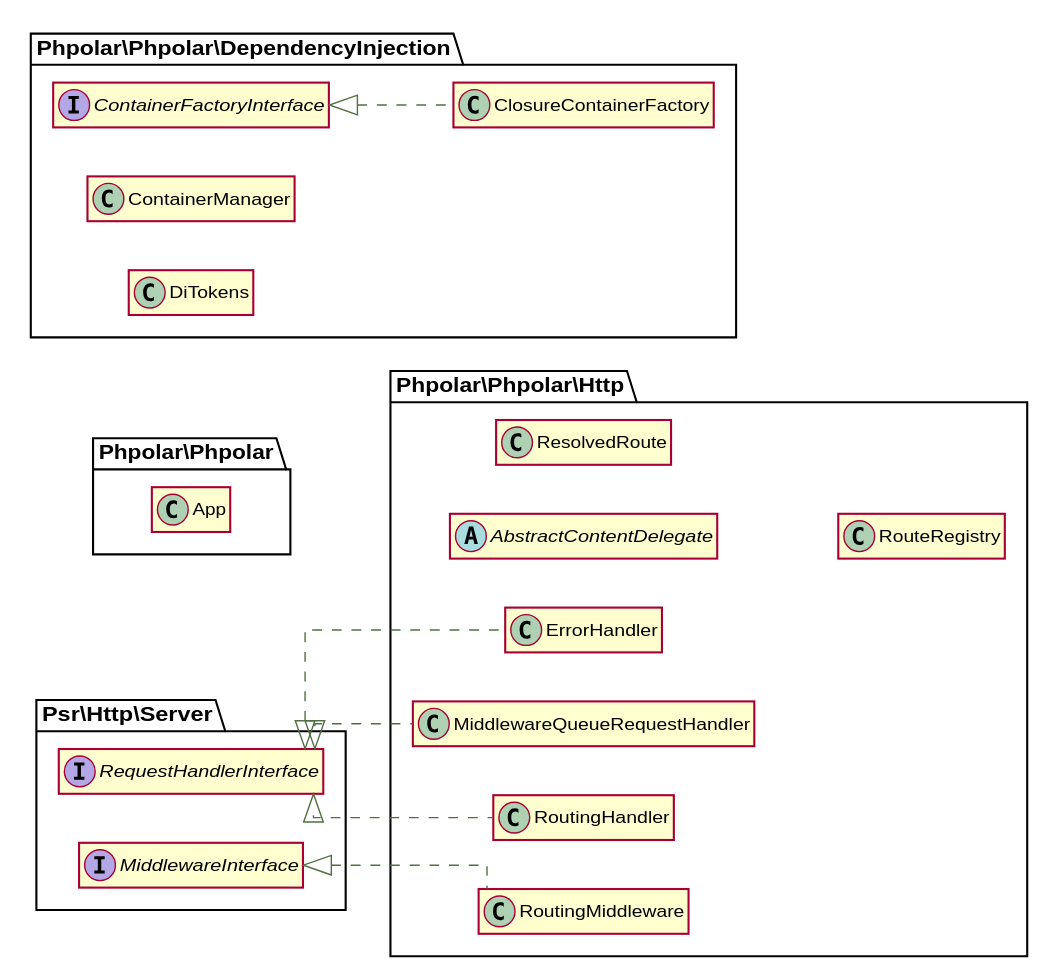
This is docs/graphs/classes.svg from phpolar/phpolar, a PlantUML export, as it was before one commit.
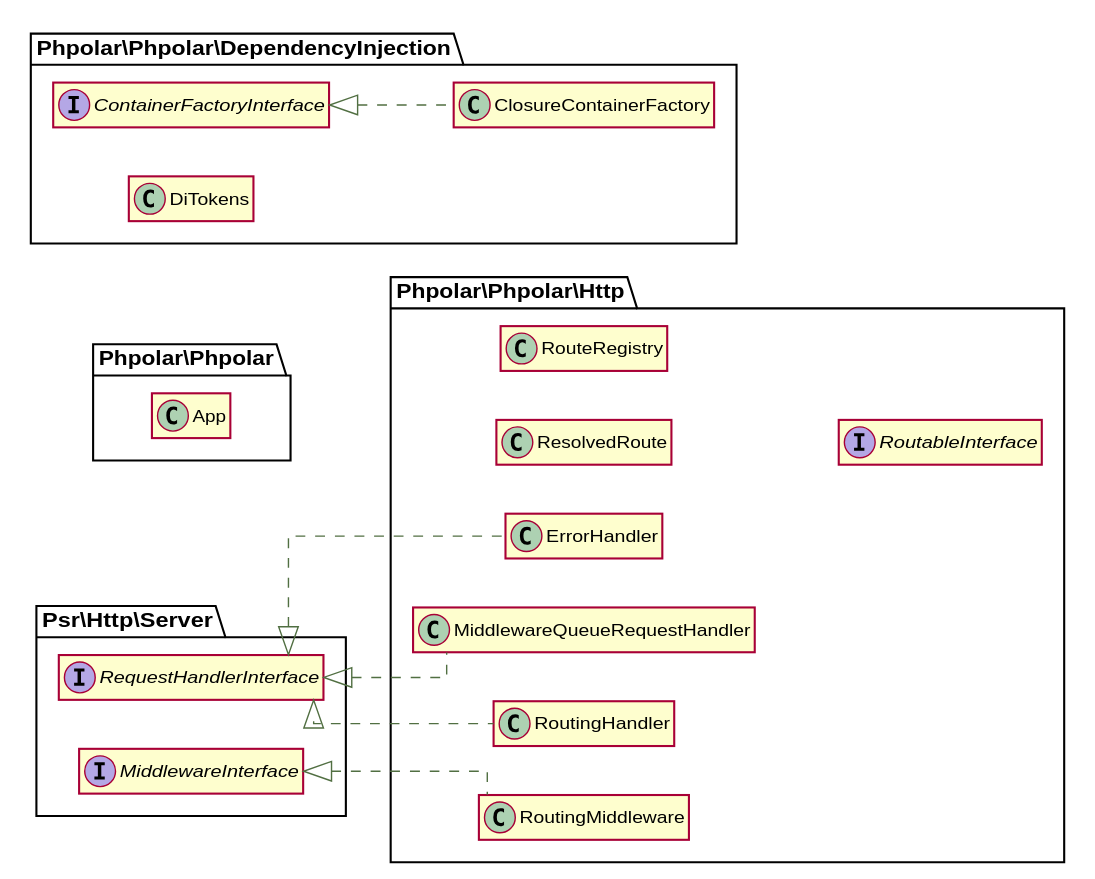
The same diagram one commit later.

The edit, as a diff of the source:
```diff
@@ -19,16 +19,10 @@
 class \\Phpolar\\Phpolar\\DependencyInjection\\ClosureContainerFactory implements \\Phpolar\\Phpolar\\DependencyInjection\\ContainerFactoryInterface {
 }
 
-class \\Phpolar\\Phpolar\\DependencyInjection\\ContainerManager {
-}
-
 class \\Phpolar\\Phpolar\\DependencyInjection\\DiTokens {
 }
 
 interface \\Phpolar\\Phpolar\\DependencyInjection\\ContainerFactoryInterface {
-}
-
-abstract class \\Phpolar\\Phpolar\\Http\\AbstractContentDelegate {
 }
 
 class \\Phpolar\\Phpolar\\Http\\ErrorHandler implements \\Psr\\Http\\Server\\RequestHandlerInterface {
@@ -49,4 +43,7 @@
 class \\Phpolar\\Phpolar\\Http\\RoutingMiddleware implements \\Psr\\Http\\Server\\MiddlewareInterface {
 }
 
+interface \\Phpolar\\Phpolar\\Http\\RoutableInterface {
+}
+
 @enduml
```
